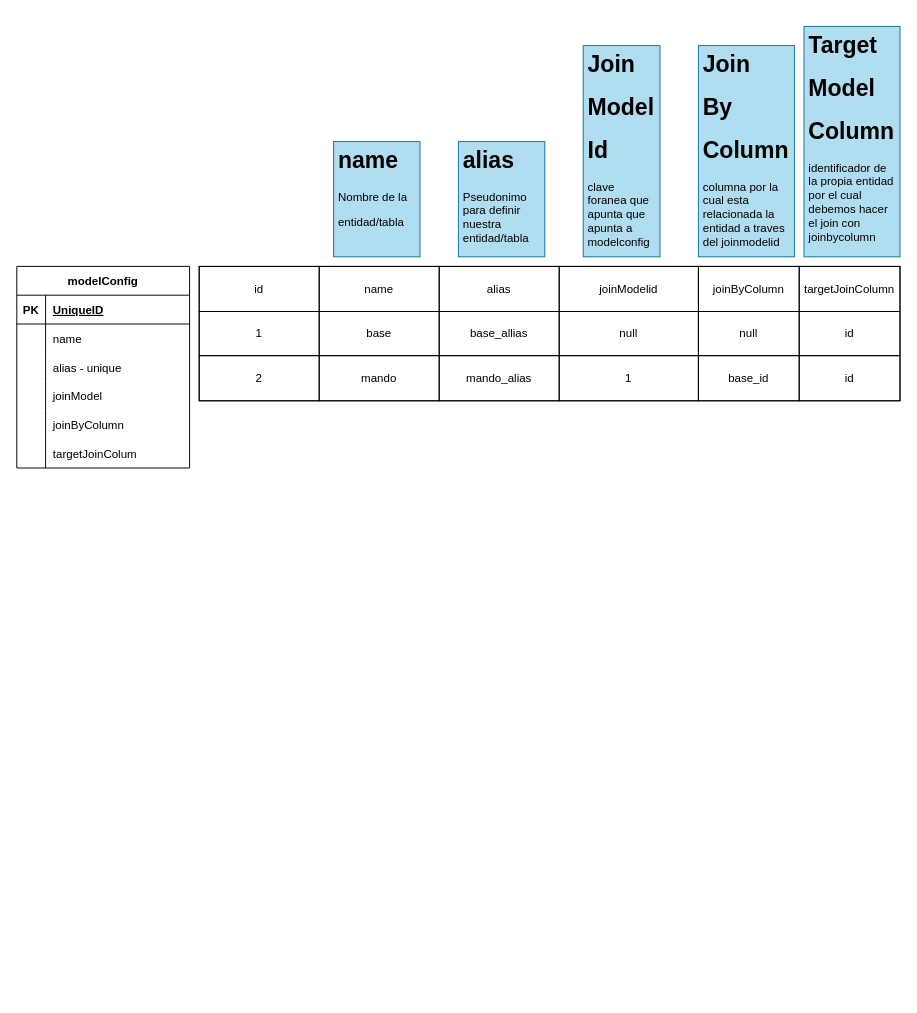
Above: docs/ER_model.dio in adriel87/QueryApp (draw.io), before the change. Source tidied: cells renumbered, new cells numbered last; positions are measured from the earlier drawing's top-left corner, leaving out a move shared by most shapes. Both pictures are drawn from the tidied source at 96%, with x=0, y=0 at pixel (16, 26).
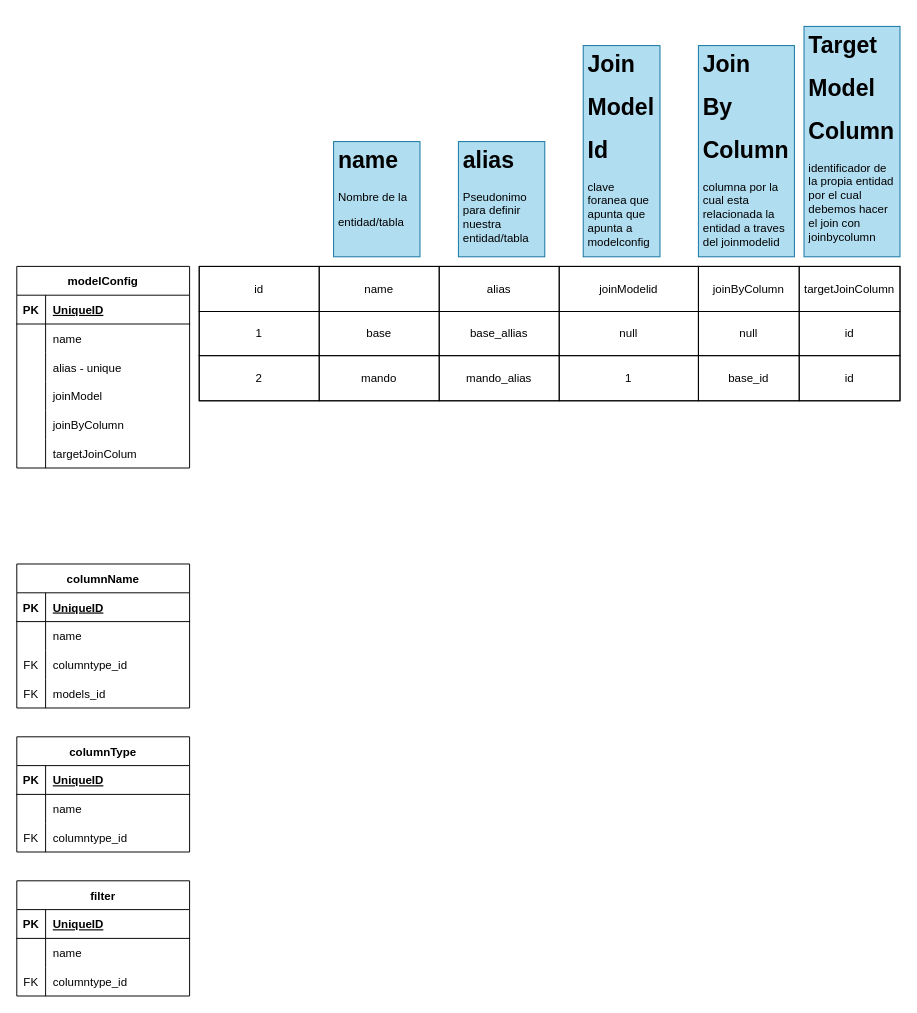
The same page after the edit.

What changed in the source:
```diff
@@
+    <mxCell id="48" value="columnName" style="shape=table;startSize=30;childLayout=tableLayout;rowLines=0;fontStyle=1;align=center;" parent="1" vertex="1">
+      <mxGeometry y="560" width="180" height="150" as="geometry" />
+    </mxCell>
+    <mxCell id="49" style="shape=tableRow;horizontal=0;startSize=0;swimlaneHead=0;swimlaneBody=0;fillColor=none;top=0;left=0;right=0;bottom=1;" parent="48" vertex="1">
+      <mxGeometry y="30" width="180" height="30" as="geometry" />
+    </mxCell>
+    <mxCell id="50" value="PK" style="shape=partialRectangle;fillColor=none;top=0;left=0;bottom=0;right=0;fontStyle=1;overflow=hidden;" parent="49" vertex="1">
+      <mxGeometry width="30" height="30" as="geometry" />
+    </mxCell>
+    <mxCell id="51" value="UniqueID" style="shape=partialRectangle;fillColor=none;top=0;left=0;bottom=0;right=0;align=left;spacingLeft=6;fontStyle=5;overflow=hidden;" parent="49" vertex="1">
+      <mxGeometry x="30" width="150" height="30" as="geometry" />
+    </mxCell>
+    <mxCell id="52" style="shape=tableRow;horizontal=0;startSize=0;swimlaneHead=0;swimlaneBody=0;fillColor=none;top=0;left=0;right=0;bottom=0;" parent="48" vertex="1">
+      <mxGeometry y="60" width="180" height="30" as="geometry" />
+    </mxCell>
+    <mxCell id="53" style="shape=partialRectangle;fillColor=none;top=0;left=0;bottom=0;right=0;overflow=hidden;" parent="52" vertex="1">
+      <mxGeometry width="30" height="30" as="geometry" />
+    </mxCell>
+    <mxCell id="54" value="name" style="shape=partialRectangle;fillColor=none;top=0;left=0;bottom=0;right=0;align=left;spacingLeft=6;overflow=hidden;" parent="52" vertex="1">
+      <mxGeometry x="30" width="150" height="30" as="geometry" />
+    </mxCell>
+    <mxCell id="55" style="shape=tableRow;horizontal=0;startSize=0;swimlaneHead=0;swimlaneBody=0;fillColor=none;top=0;left=0;right=0;bottom=0;" parent="48" vertex="1">
+      <mxGeometry y="90" width="180" height="30" as="geometry" />
+    </mxCell>
+    <mxCell id="56" value="FK" style="shape=partialRectangle;fillColor=none;top=0;left=0;bottom=0;right=0;overflow=hidden;" parent="55" vertex="1">
+      <mxGeometry width="30" height="30" as="geometry" />
+    </mxCell>
+    <mxCell id="57" value="columntype_id" style="shape=partialRectangle;fillColor=none;top=0;left=0;bottom=0;right=0;align=left;spacingLeft=6;overflow=hidden;" parent="55" vertex="1">
+      <mxGeometry x="30" width="150" height="30" as="geometry" />
+    </mxCell>
+    <mxCell id="58" style="shape=tableRow;horizontal=0;startSize=0;swimlaneHead=0;swimlaneBody=0;fillColor=none;top=0;left=0;right=0;bottom=0;" parent="48" vertex="1">
+      <mxGeometry y="120" width="180" height="30" as="geometry" />
+    </mxCell>
+    <mxCell id="59" value="FK" style="shape=partialRectangle;fillColor=none;top=0;left=0;bottom=0;right=0;overflow=hidden;" parent="58" vertex="1">
+      <mxGeometry width="30" height="30" as="geometry" />
+    </mxCell>
+    <mxCell id="60" value="models_id" style="shape=partialRectangle;fillColor=none;top=0;left=0;bottom=0;right=0;align=left;spacingLeft=6;overflow=hidden;" parent="58" vertex="1">
+      <mxGeometry x="30" width="150" height="30" as="geometry" />
+    </mxCell>
+    <mxCell id="61" value="columnType" style="shape=table;startSize=30;childLayout=tableLayout;rowLines=0;fontStyle=1;align=center;" parent="1" vertex="1">
+      <mxGeometry y="740" width="180" height="120" as="geometry" />
+    </mxCell>
+    <mxCell id="62" style="shape=tableRow;horizontal=0;startSize=0;swimlaneHead=0;swimlaneBody=0;fillColor=none;top=0;left=0;right=0;bottom=1;" parent="61" vertex="1">
+      <mxGeometry y="30" width="180" height="30" as="geometry" />
+    </mxCell>
+    <mxCell id="63" value="PK" style="shape=partialRectangle;fillColor=none;top=0;left=0;bottom=0;right=0;fontStyle=1;overflow=hidden;" parent="62" vertex="1">
+      <mxGeometry width="30" height="30" as="geometry" />
+    </mxCell>
+    <mxCell id="64" value="UniqueID" style="shape=partialRectangle;fillColor=none;top=0;left=0;bottom=0;right=0;align=left;spacingLeft=6;fontStyle=5;overflow=hidden;" parent="62" vertex="1">
+      <mxGeometry x="30" width="150" height="30" as="geometry" />
+    </mxCell>
+    <mxCell id="65" style="shape=tableRow;horizontal=0;startSize=0;swimlaneHead=0;swimlaneBody=0;fillColor=none;top=0;left=0;right=0;bottom=0;" parent="61" vertex="1">
+      <mxGeometry y="60" width="180" height="30" as="geometry" />
+    </mxCell>
+    <mxCell id="66" style="shape=partialRectangle;fillColor=none;top=0;left=0;bottom=0;right=0;overflow=hidden;" parent="65" vertex="1">
+      <mxGeometry width="30" height="30" as="geometry" />
+    </mxCell>
+    <mxCell id="67" value="name" style="shape=partialRectangle;fillColor=none;top=0;left=0;bottom=0;right=0;align=left;spacingLeft=6;overflow=hidden;" parent="65" vertex="1">
+      <mxGeometry x="30" width="150" height="30" as="geometry" />
+    </mxCell>
+    <mxCell id="68" style="shape=tableRow;horizontal=0;startSize=0;swimlaneHead=0;swimlaneBody=0;fillColor=none;top=0;left=0;right=0;bottom=0;" parent="61" vertex="1">
+      <mxGeometry y="90" width="180" height="30" as="geometry" />
+    </mxCell>
+    <mxCell id="69" value="FK" style="shape=partialRectangle;fillColor=none;top=0;left=0;bottom=0;right=0;overflow=hidden;" parent="68" vertex="1">
+      <mxGeometry width="30" height="30" as="geometry" />
+    </mxCell>
+    <mxCell id="70" value="columntype_id" style="shape=partialRectangle;fillColor=none;top=0;left=0;bottom=0;right=0;align=left;spacingLeft=6;overflow=hidden;" parent="68" vertex="1">
+      <mxGeometry x="30" width="150" height="30" as="geometry" />
+    </mxCell>
+    <mxCell id="71" value="filter" style="shape=table;startSize=30;childLayout=tableLayout;rowLines=0;fontStyle=1;align=center;" parent="1" vertex="1">
+      <mxGeometry y="890" width="180" height="120" as="geometry" />
+    </mxCell>
+    <mxCell id="72" style="shape=tableRow;horizontal=0;startSize=0;swimlaneHead=0;swimlaneBody=0;fillColor=none;top=0;left=0;right=0;bottom=1;" parent="71" vertex="1">
+      <mxGeometry y="30" width="180" height="30" as="geometry" />
+    </mxCell>
+    <mxCell id="73" value="PK" style="shape=partialRectangle;fillColor=none;top=0;left=0;bottom=0;right=0;fontStyle=1;overflow=hidden;" parent="72" vertex="1">
+      <mxGeometry width="30" height="30" as="geometry" />
+    </mxCell>
+    <mxCell id="74" value="UniqueID" style="shape=partialRectangle;fillColor=none;top=0;left=0;bottom=0;right=0;align=left;spacingLeft=6;fontStyle=5;overflow=hidden;" parent="72" vertex="1">
+      <mxGeometry x="30" width="150" height="30" as="geometry" />
+    </mxCell>
+    <mxCell id="75" style="shape=tableRow;horizontal=0;startSize=0;swimlaneHead=0;swimlaneBody=0;fillColor=none;top=0;left=0;right=0;bottom=0;" parent="71" vertex="1">
+      <mxGeometry y="60" width="180" height="30" as="geometry" />
+    </mxCell>
+    <mxCell id="76" style="shape=partialRectangle;fillColor=none;top=0;left=0;bottom=0;right=0;overflow=hidden;" parent="75" vertex="1">
+      <mxGeometry width="30" height="30" as="geometry" />
+    </mxCell>
+    <mxCell id="77" value="name" style="shape=partialRectangle;fillColor=none;top=0;left=0;bottom=0;right=0;align=left;spacingLeft=6;overflow=hidden;" parent="75" vertex="1">
+      <mxGeometry x="30" width="150" height="30" as="geometry" />
+    </mxCell>
+    <mxCell id="78" style="shape=tableRow;horizontal=0;startSize=0;swimlaneHead=0;swimlaneBody=0;fillColor=none;top=0;left=0;right=0;bottom=0;" parent="71" vertex="1">
+      <mxGeometry y="90" width="180" height="30" as="geometry" />
+    </mxCell>
+    <mxCell id="79" value="FK" style="shape=partialRectangle;fillColor=none;top=0;left=0;bottom=0;right=0;overflow=hidden;" parent="78" vertex="1">
+      <mxGeometry width="30" height="30" as="geometry" />
+    </mxCell>
+    <mxCell id="80" value="columntype_id" style="shape=partialRectangle;fillColor=none;top=0;left=0;bottom=0;right=0;align=left;spacingLeft=6;overflow=hidden;" parent="78" vertex="1">
+      <mxGeometry x="30" width="150" height="30" as="geometry" />
+    </mxCell>
```
